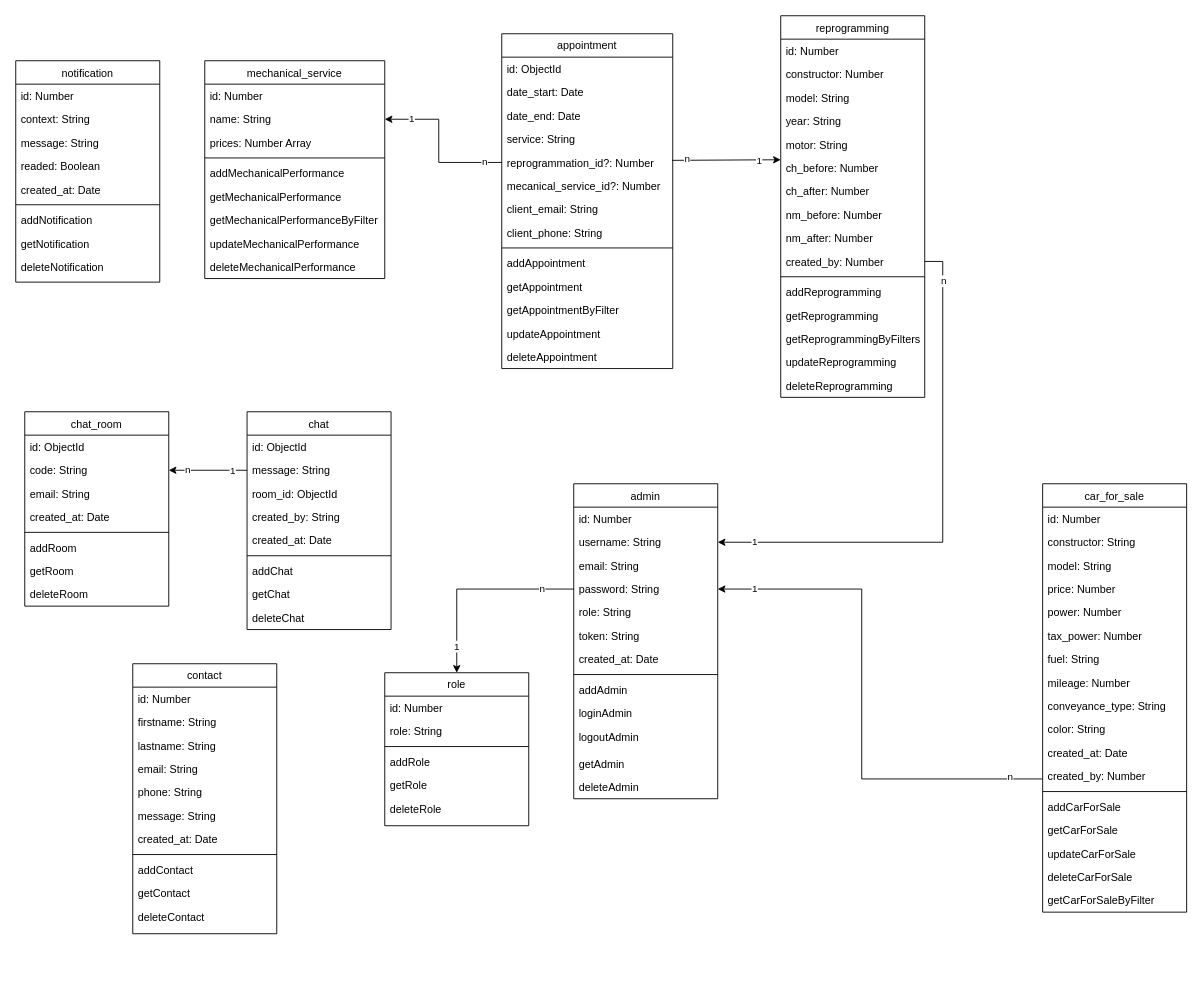
Before: documentation/hephaistos-MCD.drawio in nsevendev/hephaistos, a draw.io diagram. Source tidied: cells renumbered, new cells numbered last; positions are measured from the earlier drawing's top-left corner, leaving out a move shared by most shapes. Both pictures are drawn from the tidied source at 90%, with x=0, y=0 at pixel (15, 15).
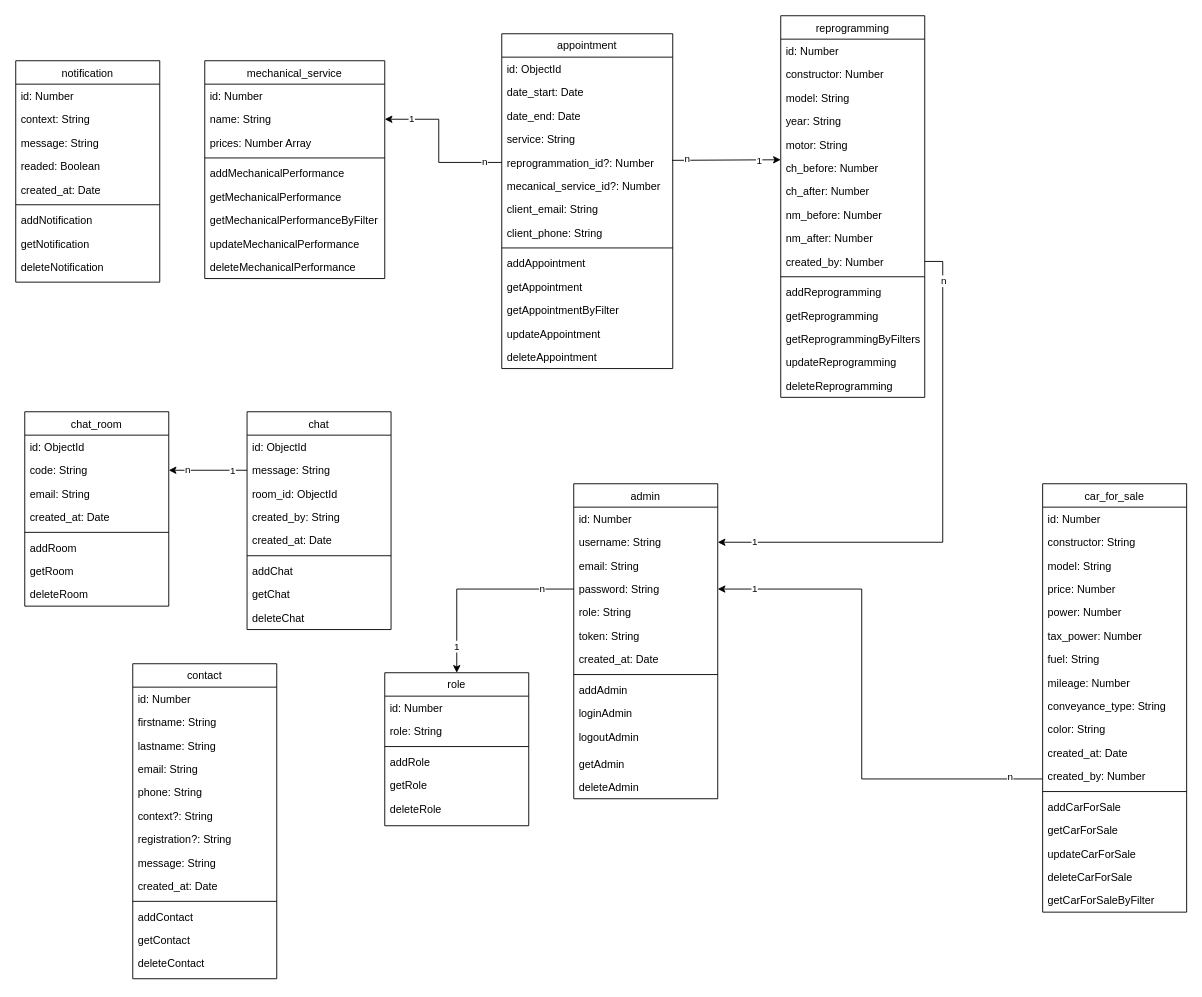
After the change.

Commit message:
modification schema contact

Diff of the diagram source:
```diff
@@
     <mxCell id="105" value="contact" style="swimlane;fontStyle=0;align=center;verticalAlign=top;horizontal=1;startSize=26;rounded=0;shadow=0;strokeWidth=1;" parent="1" vertex="1">
-      <mxGeometry x="130" y="720" width="160" height="300" as="geometry" />
+      <mxGeometry x="130" y="720" width="160" height="350" as="geometry" />
     </mxCell>
@@
+    <mxCell id="143" value="context?: String" style="text;align=left;verticalAlign=top;spacingLeft=4;spacingRight=4;overflow=hidden;" parent="105" vertex="1">
+      <mxGeometry y="156" width="160" height="26" as="geometry" />
+    </mxCell>
+    <mxCell id="144" value="registration?: String" style="text;align=left;verticalAlign=top;spacingLeft=4;spacingRight=4;overflow=hidden;" parent="105" vertex="1">
+      <mxGeometry y="182" width="160" height="26" as="geometry" />
+    </mxCell>
     <mxCell id="111" value="message: String" style="text;align=left;verticalAlign=top;spacingLeft=4;spacingRight=4;overflow=hidden;" parent="105" vertex="1">
-      <mxGeometry y="156" width="160" height="26" as="geometry" />
+      <mxGeometry y="208" width="160" height="26" as="geometry" />
     </mxCell>
     <mxCell id="112" value="created_at: Date" style="text;align=left;verticalAlign=top;spacingLeft=4;spacingRight=4;overflow=hidden;" parent="105" vertex="1">
-      <mxGeometry y="182" width="160" height="26" as="geometry" />
+      <mxGeometry y="234" width="160" height="26" as="geometry" />
     </mxCell>
     <mxCell id="113" style="line;html=1;strokeWidth=1;align=left;verticalAlign=middle;spacingTop=-1;spacingLeft=3;spacingRight=3;labelPosition=right;" parent="105" vertex="1">
-      <mxGeometry y="208" width="160" height="8" as="geometry" />
+      <mxGeometry y="260" width="160" height="8" as="geometry" />
     </mxCell>
     <mxCell id="114" value="addContact" style="text;align=left;verticalAlign=top;spacingLeft=4;spacingRight=4;overflow=hidden;" parent="105" vertex="1">
-      <mxGeometry y="216" width="160" height="26" as="geometry" />
+      <mxGeometry y="268" width="160" height="26" as="geometry" />
     </mxCell>
     <mxCell id="115" value="getContact" style="text;align=left;verticalAlign=top;spacingLeft=4;spacingRight=4;overflow=hidden;" parent="105" vertex="1">
-      <mxGeometry y="242" width="160" height="26" as="geometry" />
+      <mxGeometry y="294" width="160" height="26" as="geometry" />
     </mxCell>
     <mxCell id="116" value="deleteContact" style="text;align=left;verticalAlign=top;spacingLeft=4;spacingRight=4;overflow=hidden;" parent="105" vertex="1">
-      <mxGeometry y="268" width="160" height="30" as="geometry" />
+      <mxGeometry y="320" width="160" height="30" as="geometry" />
     </mxCell>
```
